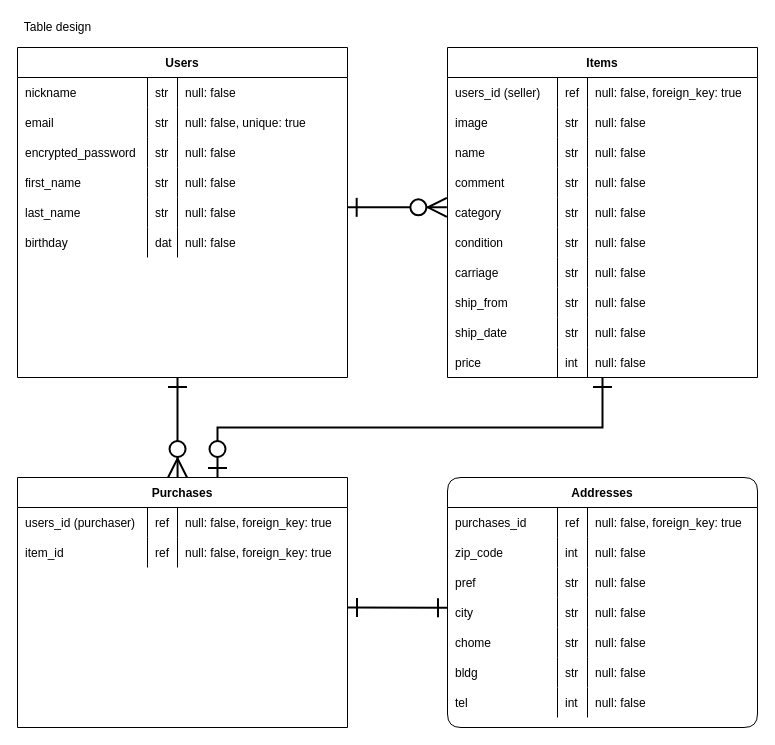
Above: ERmap.dio in s-inoway/furima-28637 (draw.io), before the change. Source tidied: cells renumbered, new cells numbered last; positions are measured from the earlier drawing's top-left corner, leaving out a move shared by most shapes. Both pictures are drawn from the tidied source at 100%, with x=0, y=0 at pixel (17, 17).
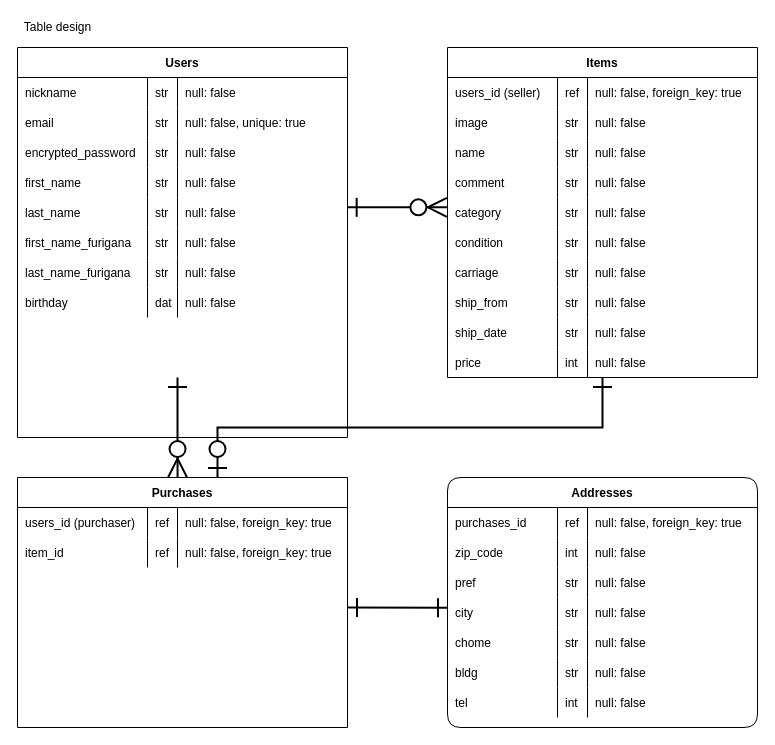
Above is the later version.

Commit message (it also covers changes not shown here):
usersテーブルに名前ふりがなカラムを追加

Diff of the diagram source:
```diff
@@
     <mxCell id="3" value="Users" style="shape=table;startSize=30;childLayout=tableLayout;rowLines=0;fontStyle=1;align=center;" parent="1" vertex="1">
-      <mxGeometry y="30" width="330" height="330" as="geometry" />
+      <mxGeometry y="30" width="330" height="390" as="geometry" />
     </mxCell>
@@
+    <mxCell id="112" style="shape=partialRectangle;fillColor=none;top=0;left=0;bottom=0;right=0;" parent="3" vertex="1">
+      <mxGeometry y="180" width="330" height="30" as="geometry" />
+    </mxCell>
+    <mxCell id="113" value="first_name_furigana" style="shape=partialRectangle;fillColor=none;top=0;left=0;bottom=0;right=0;align=left;spacingLeft=6;overflow=hidden;" parent="112" vertex="1">
+      <mxGeometry width="130" height="30" as="geometry" />
+    </mxCell>
+    <mxCell id="114" value="str" style="shape=partialRectangle;fillColor=none;top=0;left=0;bottom=0;right=0;align=left;spacingLeft=6;overflow=hidden;" parent="112" vertex="1">
+      <mxGeometry x="130" width="30" height="30" as="geometry" />
+    </mxCell>
+    <mxCell id="115" value="null: false" style="shape=partialRectangle;fillColor=none;top=0;left=0;bottom=0;right=0;align=left;spacingLeft=6;overflow=hidden;" parent="112" vertex="1">
+      <mxGeometry x="160" width="170" height="30" as="geometry" />
+    </mxCell>
+    <mxCell id="116" style="shape=partialRectangle;fillColor=none;top=0;left=0;bottom=0;right=0;" parent="3" vertex="1">
+      <mxGeometry y="210" width="330" height="30" as="geometry" />
+    </mxCell>
+    <mxCell id="117" value="last_name_furigana" style="shape=partialRectangle;fillColor=none;top=0;left=0;bottom=0;right=0;align=left;spacingLeft=6;overflow=hidden;" parent="116" vertex="1">
+      <mxGeometry width="130" height="30" as="geometry" />
+    </mxCell>
+    <mxCell id="118" value="str" style="shape=partialRectangle;fillColor=none;top=0;left=0;bottom=0;right=0;align=left;spacingLeft=6;overflow=hidden;" parent="116" vertex="1">
+      <mxGeometry x="130" width="30" height="30" as="geometry" />
+    </mxCell>
+    <mxCell id="119" value="null: false" style="shape=partialRectangle;fillColor=none;top=0;left=0;bottom=0;right=0;align=left;spacingLeft=6;overflow=hidden;" parent="116" vertex="1">
+      <mxGeometry x="160" width="170" height="30" as="geometry" />
+    </mxCell>
     <mxCell id="24" style="shape=partialRectangle;fillColor=none;top=0;left=0;bottom=0;right=0;" parent="3" vertex="1">
-      <mxGeometry y="180" width="330" height="30" as="geometry" />
+      <mxGeometry y="240" width="330" height="30" as="geometry" />
     </mxCell>
```
